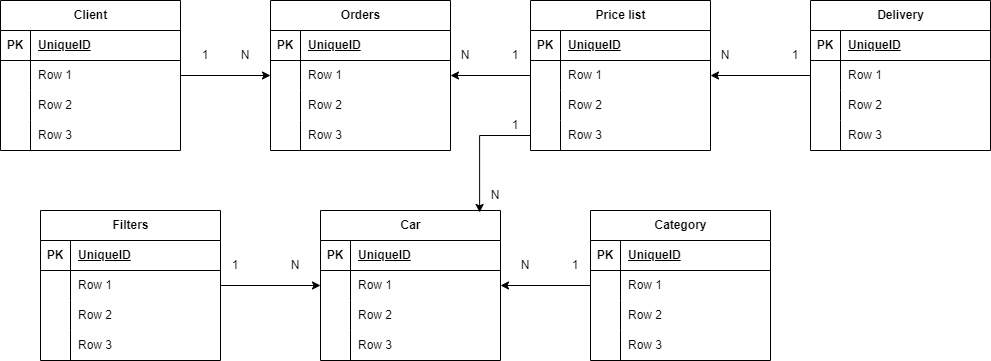
Before: docs/DB schema.drawio.png, a diagram exported from draw.io (Realdog4/my_project). Source tidied: cells renumbered, new cells last; positions are measured from the earlier drawing's top-left corner, leaving out a move shared by most shapes.
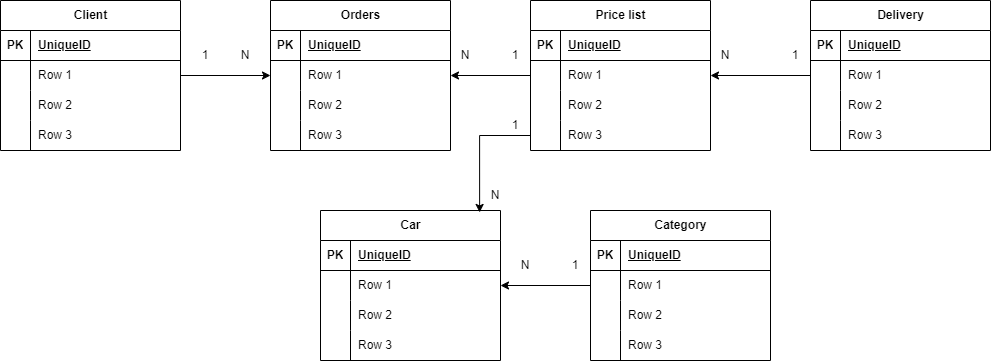
After the change.

Diff of the diagram source:
```diff
@@ -167,9 +167,6 @@
     <mxCell id="56" value="Row 3" style="shape=partialRectangle;fillColor=none;top=0;left=0;bottom=0;right=0;align=left;spacingLeft=6;overflow=hidden;whiteSpace=wrap;html=1;" parent="54" vertex="1">
       <mxGeometry x="30" width="150" height="30" as="geometry" />
     </mxCell>
-    <mxCell id="57" value="1" style="text;html=1;strokeColor=none;fillColor=none;align=center;verticalAlign=middle;whiteSpace=wrap;rounded=0;" parent="1" vertex="1">
-      <mxGeometry x="220" y="250" width="30" height="30" as="geometry" />
-    </mxCell>
     <mxCell id="58" value="N" style="text;html=1;strokeColor=none;fillColor=none;align=center;verticalAlign=middle;whiteSpace=wrap;rounded=0;" parent="1" vertex="1">
       <mxGeometry x="230" y="40" width="30" height="30" as="geometry" />
     </mxCell>
@@ -212,63 +209,18 @@
     <mxCell id="71" value="Row 3" style="shape=partialRectangle;fillColor=none;top=0;left=0;bottom=0;right=0;align=left;spacingLeft=6;overflow=hidden;whiteSpace=wrap;html=1;" parent="69" vertex="1">
       <mxGeometry x="30" width="150" height="30" as="geometry" />
     </mxCell>
-    <mxCell id="72" value="Filters" style="shape=table;startSize=30;rowLines=0;fontStyle=1;align=center;html=1;" parent="1" vertex="1">
-      <mxGeometry x="40" y="210" width="180" height="150" as="geometry" />
-    </mxCell>
-    <mxCell id="73" style="shape=tableRow;horizontal=0;startSize=0;swimlaneHead=0;swimlaneBody=0;fillColor=none;top=0;left=0;right=0;bottom=1;" parent="72" vertex="1">
-      <mxGeometry y="30" width="180" height="30" as="geometry" />
-    </mxCell>
-    <mxCell id="74" value="PK" style="shape=partialRectangle;fillColor=none;top=0;left=0;bottom=0;right=0;fontStyle=1;overflow=hidden;whiteSpace=wrap;html=1;" parent="73" vertex="1">
-      <mxGeometry width="30" height="30" as="geometry" />
-    </mxCell>
-    <mxCell id="75" value="UniqueID" style="shape=partialRectangle;fillColor=none;top=0;left=0;bottom=0;right=0;align=left;spacingLeft=6;fontStyle=5;overflow=hidden;whiteSpace=wrap;html=1;" parent="73" vertex="1">
-      <mxGeometry x="30" width="150" height="30" as="geometry" />
-    </mxCell>
-    <mxCell id="76" style="shape=tableRow;horizontal=0;startSize=0;swimlaneHead=0;swimlaneBody=0;fillColor=none;points=[[0,0.5],[1,0.5]];portConstraint=eastwest;top=0;left=0;right=0;bottom=0;" parent="72" vertex="1">
-      <mxGeometry y="60" width="180" height="30" as="geometry" />
-    </mxCell>
-    <mxCell id="77" style="shape=partialRectangle;fillColor=none;top=0;left=0;bottom=0;right=0;overflow=hidden;whiteSpace=wrap;html=1;" parent="76" vertex="1">
-      <mxGeometry width="30" height="30" as="geometry" />
-    </mxCell>
-    <mxCell id="78" value="Row 1" style="shape=partialRectangle;fillColor=none;top=0;left=0;bottom=0;right=0;align=left;spacingLeft=6;overflow=hidden;whiteSpace=wrap;html=1;" parent="76" vertex="1">
-      <mxGeometry x="30" width="150" height="30" as="geometry" />
-    </mxCell>
-    <mxCell id="79" style="shape=tableRow;horizontal=0;startSize=0;swimlaneHead=0;swimlaneBody=0;fillColor=none;top=0;left=0;right=0;bottom=0;" parent="72" vertex="1">
-      <mxGeometry y="90" width="180" height="30" as="geometry" />
-    </mxCell>
-    <mxCell id="80" style="shape=partialRectangle;fillColor=none;top=0;left=0;bottom=0;right=0;overflow=hidden;whiteSpace=wrap;html=1;" parent="79" vertex="1">
-      <mxGeometry width="30" height="30" as="geometry" />
-    </mxCell>
-    <mxCell id="81" value="Row 2" style="shape=partialRectangle;fillColor=none;top=0;left=0;bottom=0;right=0;align=left;spacingLeft=6;overflow=hidden;whiteSpace=wrap;html=1;" parent="79" vertex="1">
-      <mxGeometry x="30" width="150" height="30" as="geometry" />
-    </mxCell>
-    <mxCell id="82" style="shape=tableRow;horizontal=0;startSize=0;swimlaneHead=0;swimlaneBody=0;fillColor=none;top=0;left=0;right=0;bottom=0;" parent="72" vertex="1">
-      <mxGeometry y="120" width="180" height="30" as="geometry" />
-    </mxCell>
-    <mxCell id="83" style="shape=partialRectangle;fillColor=none;top=0;left=0;bottom=0;right=0;overflow=hidden;whiteSpace=wrap;html=1;" parent="82" vertex="1">
-      <mxGeometry width="30" height="30" as="geometry" />
-    </mxCell>
-    <mxCell id="84" value="Row 3" style="shape=partialRectangle;fillColor=none;top=0;left=0;bottom=0;right=0;align=left;spacingLeft=6;overflow=hidden;whiteSpace=wrap;html=1;" parent="82" vertex="1">
-      <mxGeometry x="30" width="150" height="30" as="geometry" />
-    </mxCell>
     <mxCell id="85" style="edgeStyle=orthogonalEdgeStyle;rounded=0;jettySize=auto;html=1;exitX=0;exitY=0.5;exitDx=0;exitDy=0;entryX=1;entryY=0.5;entryDx=0;entryDy=0;" parent="1" edge="1" source="48" target="19">
       <mxGeometry relative="1" as="geometry" />
     </mxCell>
     <mxCell id="86" style="edgeStyle=orthogonalEdgeStyle;rounded=0;jettySize=auto;html=1;exitX=0;exitY=0.5;exitDx=0;exitDy=0;entryX=1;entryY=0.5;entryDx=0;entryDy=0;" parent="1" edge="1" source="63" target="35">
       <mxGeometry relative="1" as="geometry" />
     </mxCell>
-    <mxCell id="87" style="edgeStyle=orthogonalEdgeStyle;rounded=0;jettySize=auto;html=1;exitX=1;exitY=0.5;exitDx=0;exitDy=0;entryX=0;entryY=0.5;entryDx=0;entryDy=0;" parent="1" edge="1" source="76" target="35">
-      <mxGeometry relative="1" as="geometry" />
-    </mxCell>
     <mxCell id="88" value="N" style="text;html=1;strokeColor=none;fillColor=none;align=center;verticalAlign=middle;whiteSpace=wrap;rounded=0;" parent="1" vertex="1">
       <mxGeometry x="480" y="180" width="30" height="30" as="geometry" />
     </mxCell>
     <mxCell id="89" value="N" style="text;html=1;strokeColor=none;fillColor=none;align=center;verticalAlign=middle;whiteSpace=wrap;rounded=0;" parent="1" vertex="1">
       <mxGeometry x="510" y="250" width="30" height="30" as="geometry" />
     </mxCell>
-    <mxCell id="90" value="N" style="text;html=1;strokeColor=none;fillColor=none;align=center;verticalAlign=middle;whiteSpace=wrap;rounded=0;" parent="1" vertex="1">
-      <mxGeometry x="280" y="250" width="30" height="30" as="geometry" />
-    </mxCell>
     <mxCell id="91" value="1" style="text;html=1;strokeColor=none;fillColor=none;align=center;verticalAlign=middle;whiteSpace=wrap;rounded=0;" parent="1" vertex="1">
       <mxGeometry x="560" y="250" width="30" height="30" as="geometry" />
     </mxCell>
```
